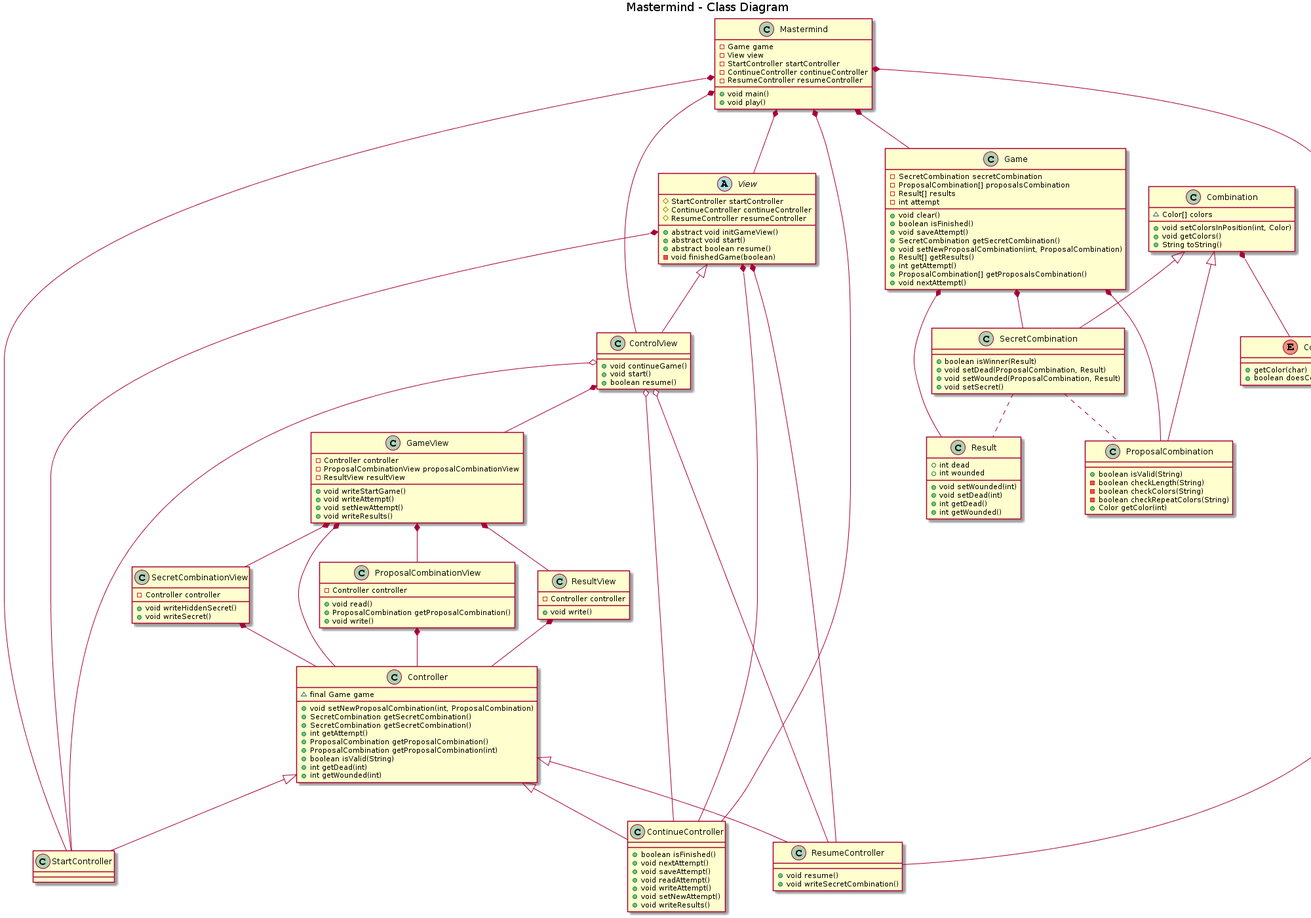
This is images/diagramaClasesMVC.png from laucv/mastermind, a PlantUML export, as it was before one commit.
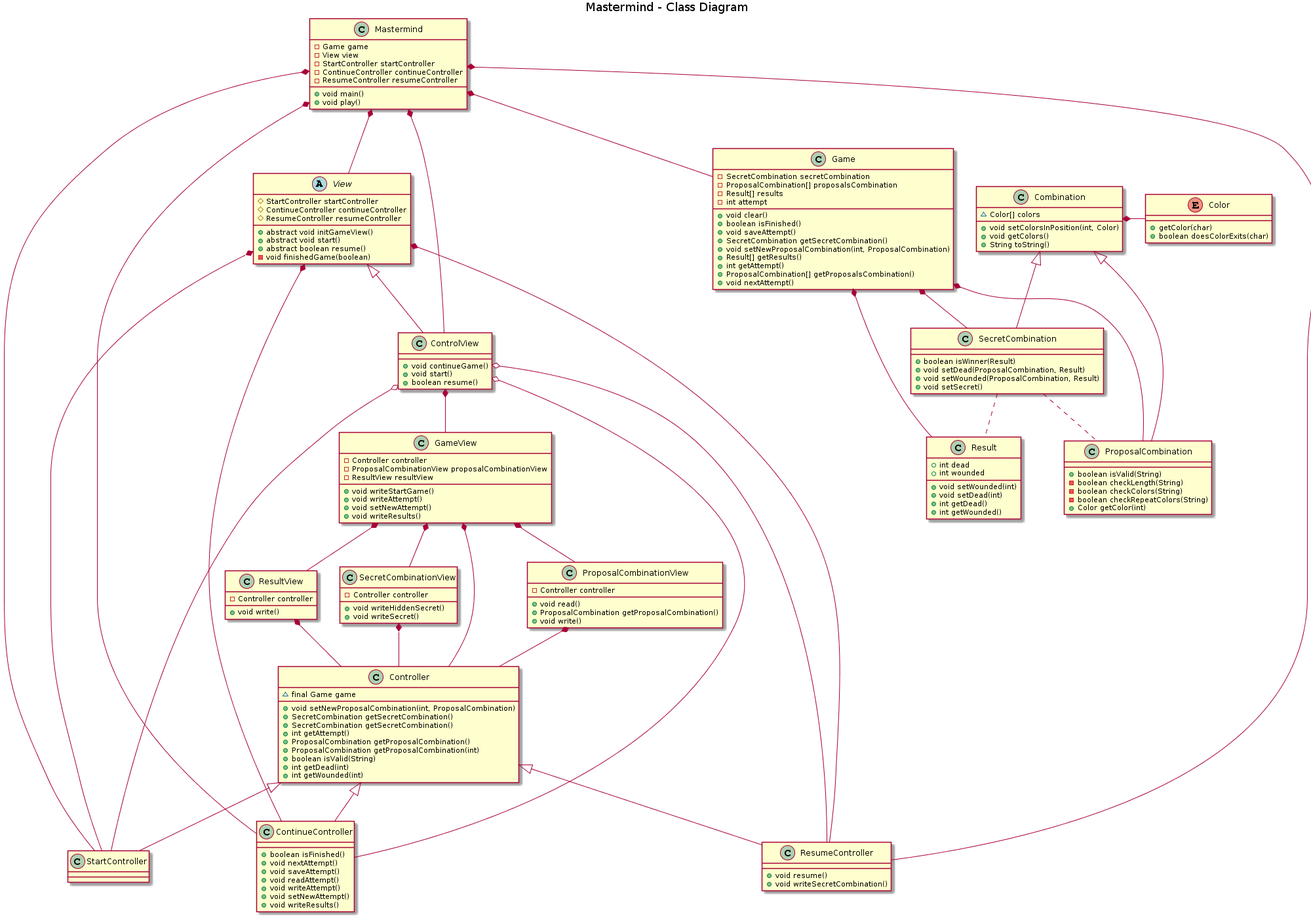
After the change.

Change to the diagram source:
```diff
@@ -174,7 +174,7 @@
 Game *-- ProposalCombination
 Game *-- Result
 
-Combination *-- Color
+Combination *- Color
 Combination <|-- SecretCombination
 Combination <|-- ProposalCombination
 View <|-- ControlView
```
